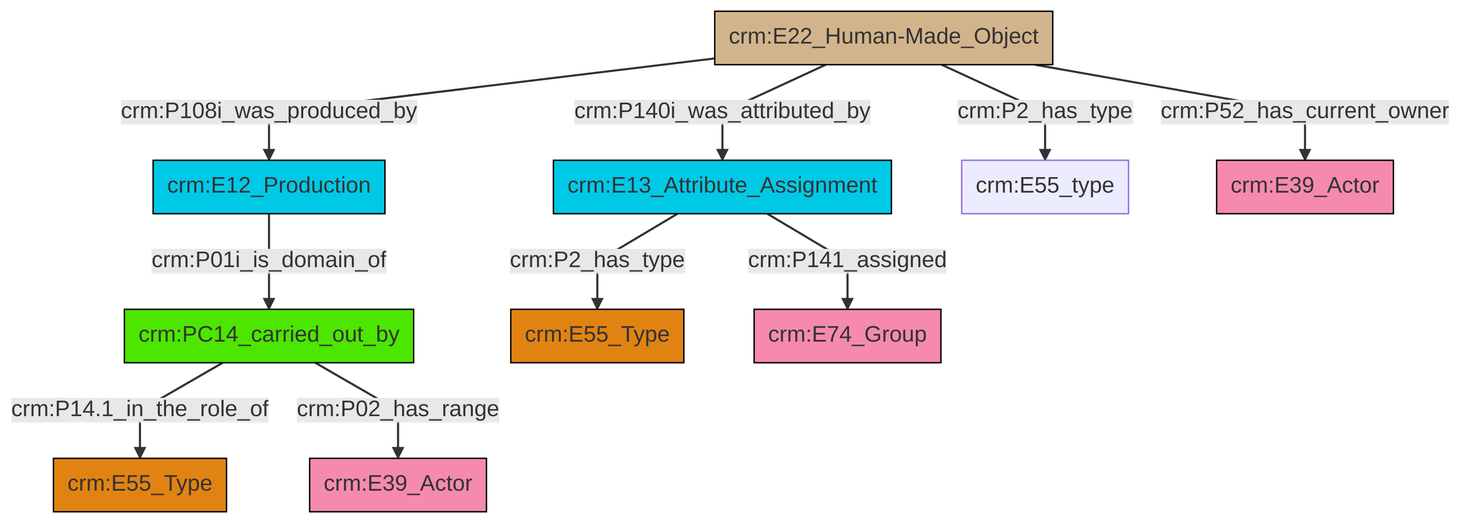
Above: et/builtWorkCSV/ttl/mmd/png/Built_Work_actor_relations.png in swiss-art-research-net/docs.swissartresearch (Mermaid), before the change. Its source is kept beside it as et/builtWorkCSV/ttl/mmd/Built_Work_actor_relations.ttl.mmd.
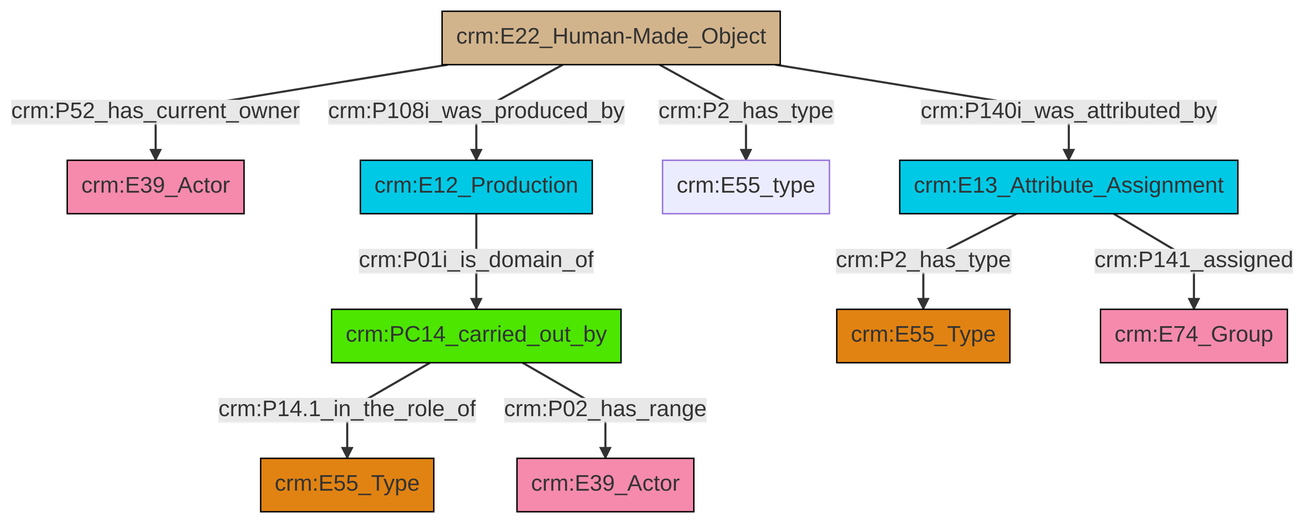
After the change.

Diff of the diagram source:
```diff
@@ -13,12 +13,12 @@
 classDef PC_Classes fill:#4ce600, stroke:#000000;
 classDef Multi fill:#cccccc,stroke:#000000;
 
-2["crm:E12_Production"]:::Temporal_Entity -->|crm:P01i_is_domain_of| 3["crm:PC14_carried_out_by"]:::PC_Classes
-6["crm:E22_Human-Made_Object"]:::Physical_Thing -->|crm:P2_has_type| 7["crm:E55_type"]:::Default
-3["crm:PC14_carried_out_by"]:::PC_Classes -->|crm:P14.1_in_the_role_of| 8["crm:E55_Type"]:::Type
-3["crm:PC14_carried_out_by"]:::PC_Classes -->|crm:P02_has_range| 0["crm:E39_Actor"]:::Actor
-6["crm:E22_Human-Made_Object"]:::Physical_Thing -->|crm:P52_has_current_owner| 9["crm:E39_Actor"]:::Actor
-6["crm:E22_Human-Made_Object"]:::Physical_Thing -->|crm:P108i_was_produced_by| 2["crm:E12_Production"]:::Temporal_Entity
-6["crm:E22_Human-Made_Object"]:::Physical_Thing -->|crm:P140i_was_attributed_by| 4["crm:E13_Attribute_Assignment"]:::Temporal_Entity
-4["crm:E13_Attribute_Assignment"]:::Temporal_Entity -->|crm:P2_has_type| 10["crm:E55_Type"]:::Type
-4["crm:E13_Attribute_Assignment"]:::Temporal_Entity -->|crm:P141_assigned| 14["crm:E74_Group"]:::Actor
+6["crm:E22_Human-Made_Object"]:::Physical_Thing -->|crm:P52_has_current_owner| 7["crm:E39_Actor"]:::Actor
+6["crm:E22_Human-Made_Object"]:::Physical_Thing -->|crm:P108i_was_produced_by| 9["crm:E12_Production"]:::Temporal_Entity
+10["crm:E13_Attribute_Assignment"]:::Temporal_Entity -->|crm:P2_has_type| 4["crm:E55_Type"]:::Type
+6["crm:E22_Human-Made_Object"]:::Physical_Thing -->|crm:P2_has_type| 11["crm:E55_type"]:::Default
+6["crm:E22_Human-Made_Object"]:::Physical_Thing -->|crm:P140i_was_attributed_by| 10["crm:E13_Attribute_Assignment"]:::Temporal_Entity
+2["crm:PC14_carried_out_by"]:::PC_Classes -->|crm:P14.1_in_the_role_of| 12["crm:E55_Type"]:::Type
+10["crm:E13_Attribute_Assignment"]:::Temporal_Entity -->|crm:P141_assigned| 0["crm:E74_Group"]:::Actor
+9["crm:E12_Production"]:::Temporal_Entity -->|crm:P01i_is_domain_of| 2["crm:PC14_carried_out_by"]:::PC_Classes
+2["crm:PC14_carried_out_by"]:::PC_Classes -->|crm:P02_has_range| 17["crm:E39_Actor"]:::Actor
```
